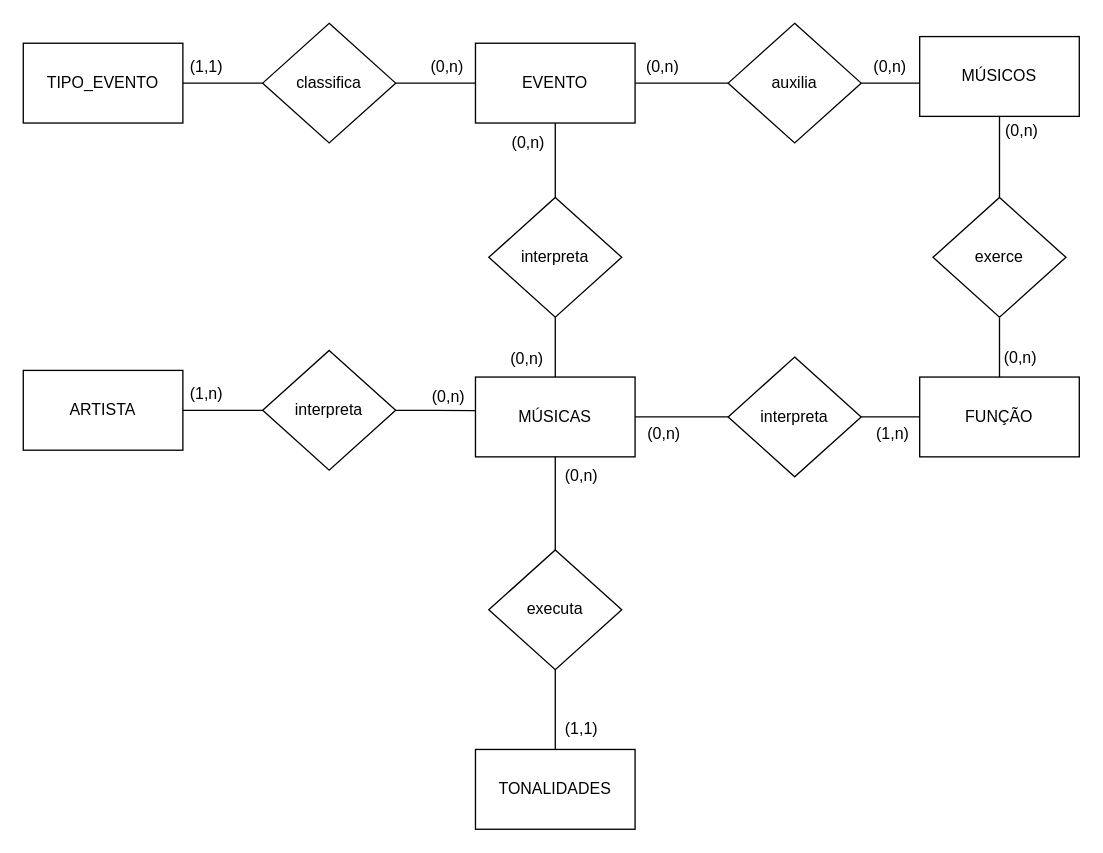
Before: page "MER_ver3" (2 of 4) of modelo_entidade_relacionamento.drawio in gabriel-txt/EscalaCanto, a draw.io diagram. Source tidied: cells renumbered, new cells numbered last; positions are measured from the earlier drawing's top-left corner, leaving out a move shared by most shapes. Both pictures are drawn from the tidied source at 133%, with x=0, y=0 at pixel (23, 23).
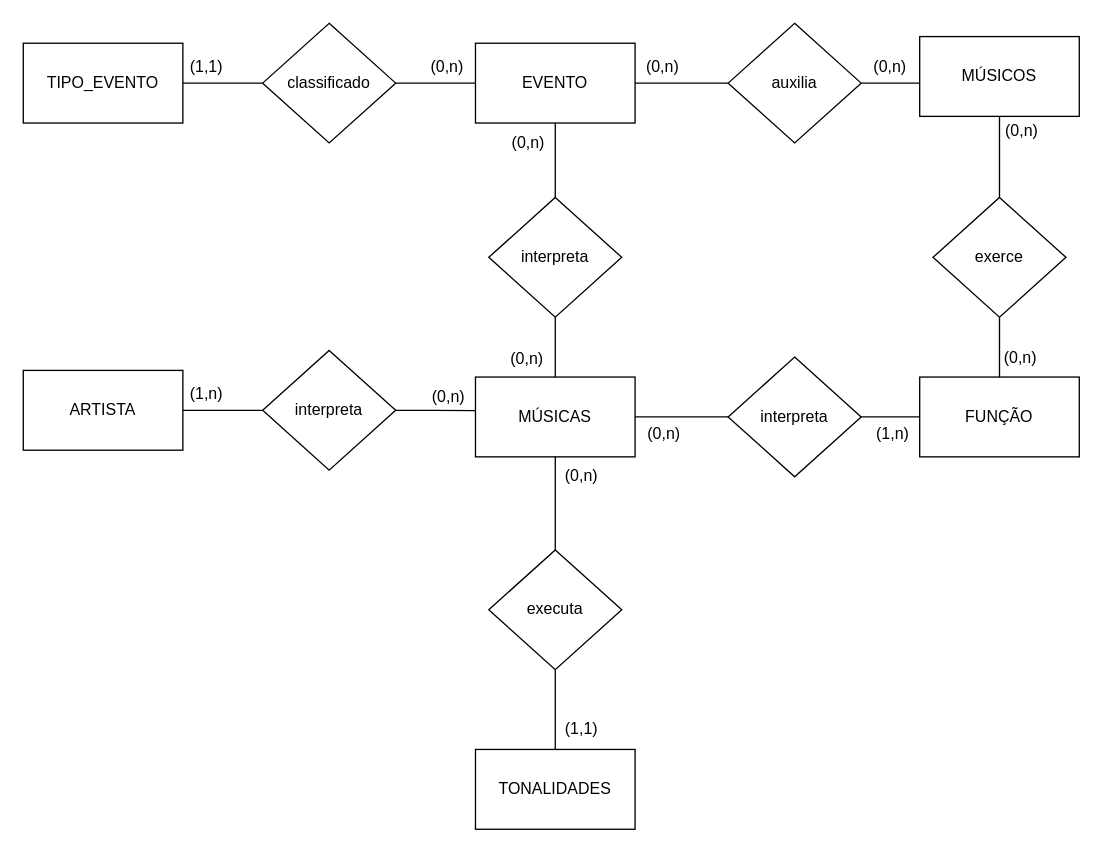
The same diagram, later.

What changed in the source:
```diff
@@
-    <mxCell id="44" value="classifica" style="rhombus;whiteSpace=wrap;html=1;" parent="1" vertex="1">
+    <mxCell id="44" value="classificado" style="rhombus;whiteSpace=wrap;html=1;" parent="1" vertex="1">
       <mxGeometry x="180" width="100" height="90" as="geometry" />
     </mxCell>
```
